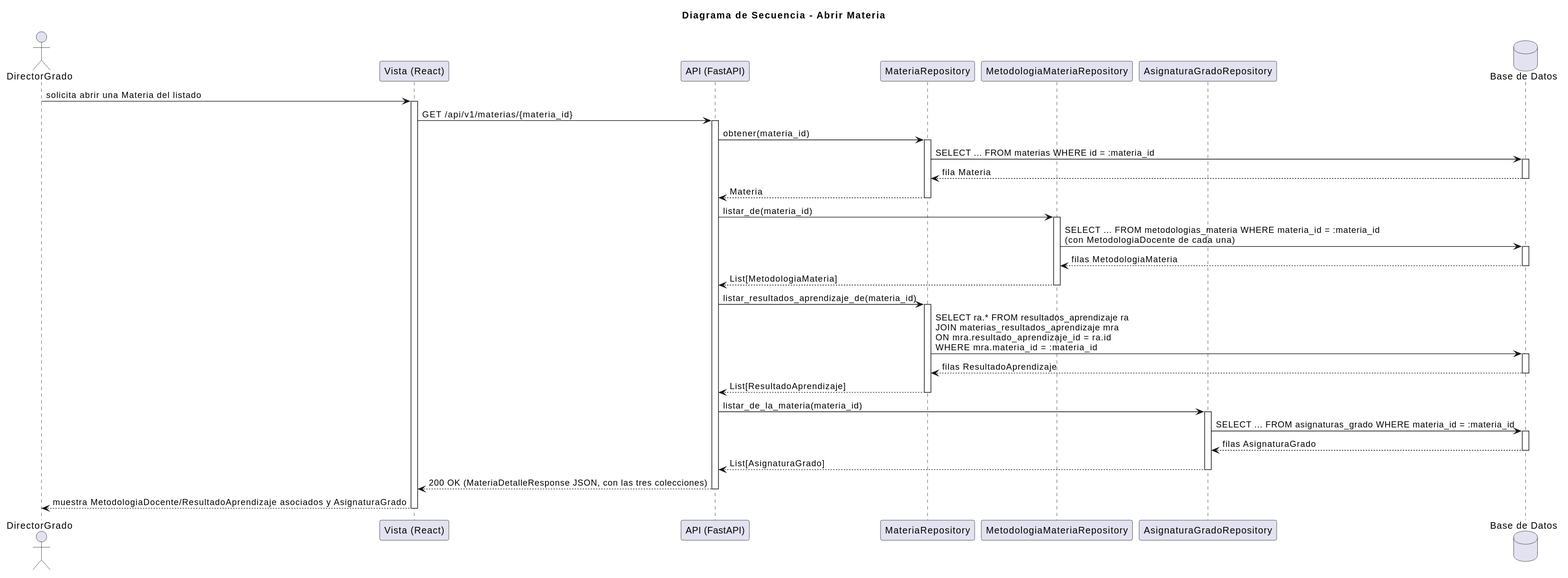
Earlier version of the PlantUML export images/RUP/03-diseño/casos-uso/abrirMateria/secuencia.svg (mmasias/pyCeldaPublico).
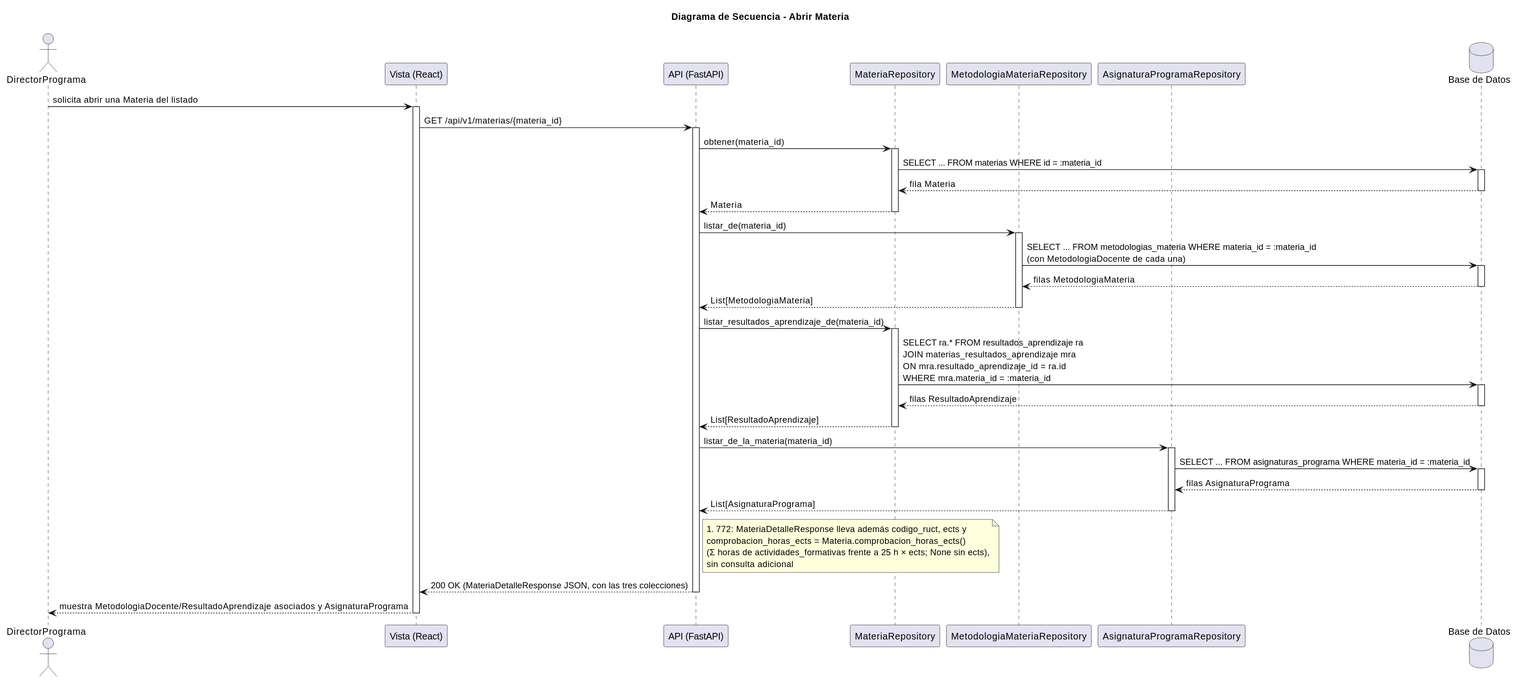
The same diagram one commit later.

What changed in the source:
```diff
@@ -1,15 +1,15 @@
 @startuml
 title Diagrama de Secuencia - Abrir Materia
 
-actor "DirectorGrado" as DirectorGrado
+actor "DirectorPrograma" as DirectorPrograma
 participant "Vista (React)" as Vista
 participant "API (FastAPI)" as API
 participant "MateriaRepository" as MateriaRepo
 participant "MetodologiaMateriaRepository" as MetodologiaMateriaRepo
-participant "AsignaturaGradoRepository" as AsignaturaGradoRepo
+participant "AsignaturaProgramaRepository" as AsignaturaProgramaRepo
 database "Base de Datos" as DB
 
-DirectorGrado -> Vista: solicita abrir una Materia del listado
+DirectorPrograma -> Vista: solicita abrir una Materia del listado
 activate Vista
 Vista -> API: GET /api/v1/materias/{materia_id}
 activate API
@@ -41,17 +41,18 @@
 MateriaRepo --> API: List[ResultadoAprendizaje]
 deactivate MateriaRepo
 
-API -> AsignaturaGradoRepo: listar_de_la_materia(materia_id)
-activate AsignaturaGradoRepo
-AsignaturaGradoRepo -> DB: SELECT ... FROM asignaturas_grado WHERE materia_id = :materia_id
+API -> AsignaturaProgramaRepo: listar_de_la_materia(materia_id)
+activate AsignaturaProgramaRepo
+AsignaturaProgramaRepo -> DB: SELECT ... FROM asignaturas_programa WHERE materia_id = :materia_id
 activate DB
-DB --> AsignaturaGradoRepo: filas AsignaturaGrado
+DB --> AsignaturaProgramaRepo: filas AsignaturaPrograma
 deactivate DB
-AsignaturaGradoRepo --> API: List[AsignaturaGrado]
-deactivate AsignaturaGradoRepo
+AsignaturaProgramaRepo --> API: List[AsignaturaPrograma]
+deactivate AsignaturaProgramaRepo
 
+note right of API: #772: MateriaDetalleResponse lleva además codigo_ruct, ects y\ncomprobacion_horas_ects = Materia.comprobacion_horas_ects()\n(Σ horas de actividades_formativas frente a 25 h × ects; None sin ects),\nsin consulta adicional
 API --> Vista: 200 OK (MateriaDetalleResponse JSON, con las tres colecciones)
 deactivate API
-Vista --> DirectorGrado: muestra MetodologiaDocente/ResultadoAprendizaje asociados y AsignaturaGrado
+Vista --> DirectorPrograma: muestra MetodologiaDocente/ResultadoAprendizaje asociados y AsignaturaPrograma
 deactivate Vista
 @enduml
```
